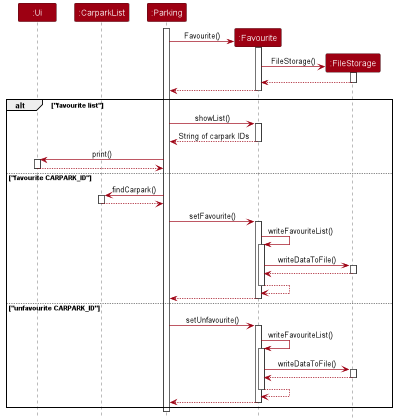
Before: docs/images/FavouriteSequenceDiagram.png, a diagram exported from PlantUML (nus-cs2113-AY2223S1/tp).
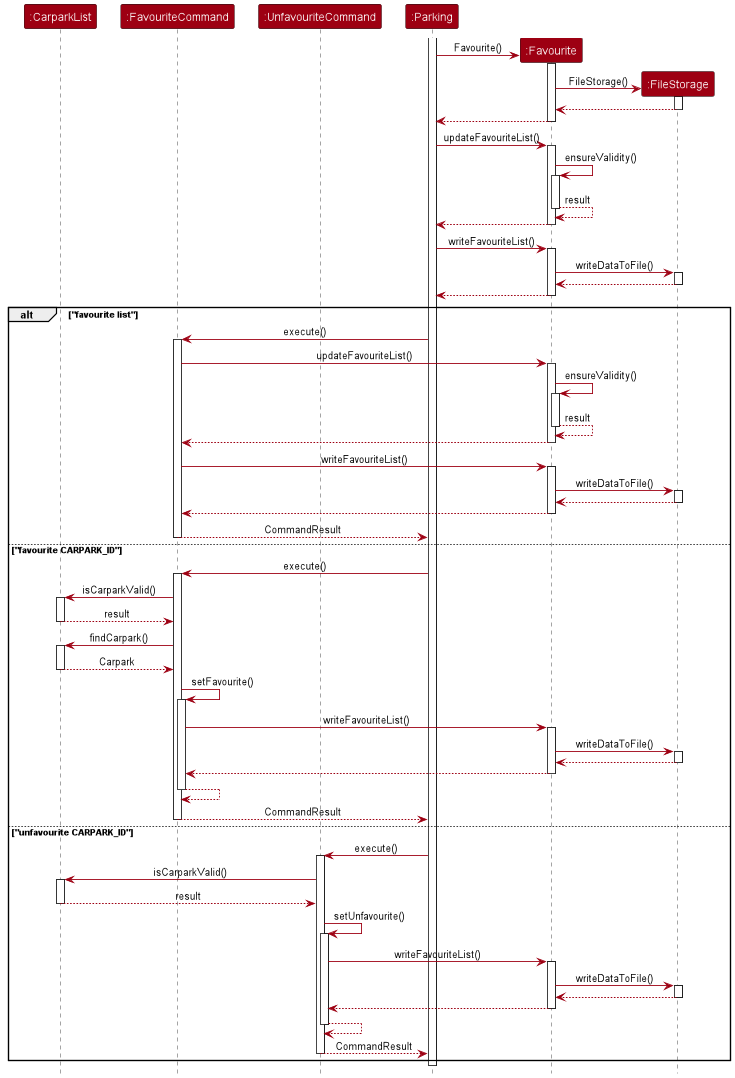
After the commit.

Diff of the diagram source:
```diff
@@ -4,8 +4,9 @@
 skinparam arrowColor MODEL_COLOR
 skinparam ParticipantBackgroundColor MODEL_COLOR
 
-create ":Ui"
 create ":CarparkList"
+create ":FavouriteCommand"
+create ":UnfavouriteCommand"
 create ":Favourite" order 10
 activate ":Parking"
 ":Parking" -> ":Favourite": Favourite()
@@ -16,38 +17,78 @@
 activate ":FileStorage"
 return
 return
+
+":Parking" -> ":Favourite": updateFavouriteList()
+activate ":Favourite"
+":Favourite" -> ":Favourite": ensureValidity()
+activate ":Favourite"
+return result
+return
+
+":Parking" -> ":Favourite": writeFavouriteList()
+activate ":Favourite"
+":Favourite" -> ":FileStorage": writeDataToFile()
+activate ":FileStorage"
+return
+return
 deactivate ":Favourite"
 
 alt "favourite list"
-    ":Parking" -> ":Favourite": showList()
+    ":Parking" -> ":FavouriteCommand": execute()
+    activate ":FavouriteCommand"
+    ":FavouriteCommand" -> ":Favourite": updateFavouriteList()
     activate ":Favourite"
-    return String of carpark IDs
-    ":Parking" -> ":Ui": print()
-    activate ":Ui"
+    ":Favourite" -> ":Favourite": ensureValidity()
+    activate ":Favourite"
+    return result
     return
+
+    ":FavouriteCommand" -> ":Favourite": writeFavouriteList()
+    activate ":Favourite"
+    ":Favourite" -> ":FileStorage": writeDataToFile()
+    activate ":FileStorage"
+    return
+    return
+    return CommandResult
+    deactivate ":Favourite"
+    deactivate ":FavouriteCommand"
+
 else "favourite CARPARK_ID"
-    ":Parking" -> ":CarparkList": findCarpark()
+    ":Parking" -> ":FavouriteCommand": execute()
+    activate ":FavouriteCommand"
+    ":FavouriteCommand" -> ":CarparkList": isCarparkValid()
     activate ":CarparkList"
-    return
-    ":Parking" -> ":Favourite": setFavourite()
-    activate ":Favourite"
-    ":Favourite" -> ":Favourite": writeFavouriteList()
+    return result
+    ":FavouriteCommand" -> ":CarparkList": findCarpark()
+    activate ":CarparkList"
+    return Carpark
+    ":FavouriteCommand" -> ":FavouriteCommand": setFavourite()
+    activate ":FavouriteCommand"
+    ":FavouriteCommand" -> ":Favourite": writeFavouriteList()
     activate ":Favourite"
     ":Favourite" -> ":FileStorage": writeDataToFile()
     activate ":FileStorage"
     return
     return
     return
+    return CommandResult
+
 else "unfavourite CARPARK_ID"
-    ":Parking" -> ":Favourite": setUnfavourite()
-    activate ":Favourite"
-    ":Favourite" -> ":Favourite": writeFavouriteList()
+    ":Parking" -> ":UnfavouriteCommand": execute()
+    activate ":UnfavouriteCommand"
+    ":UnfavouriteCommand" -> ":CarparkList": isCarparkValid()
+    activate ":CarparkList"
+    return result
+    ":UnfavouriteCommand" -> ":UnfavouriteCommand": setUnfavourite()
+    activate ":UnfavouriteCommand"
+    ":UnfavouriteCommand" -> ":Favourite": writeFavouriteList()
     activate ":Favourite"
     ":Favourite" -> ":FileStorage": writeDataToFile()
     activate ":FileStorage"
     return
     return
     return
+    return CommandResult
 end
 
 deactivate ":Parking"
```
